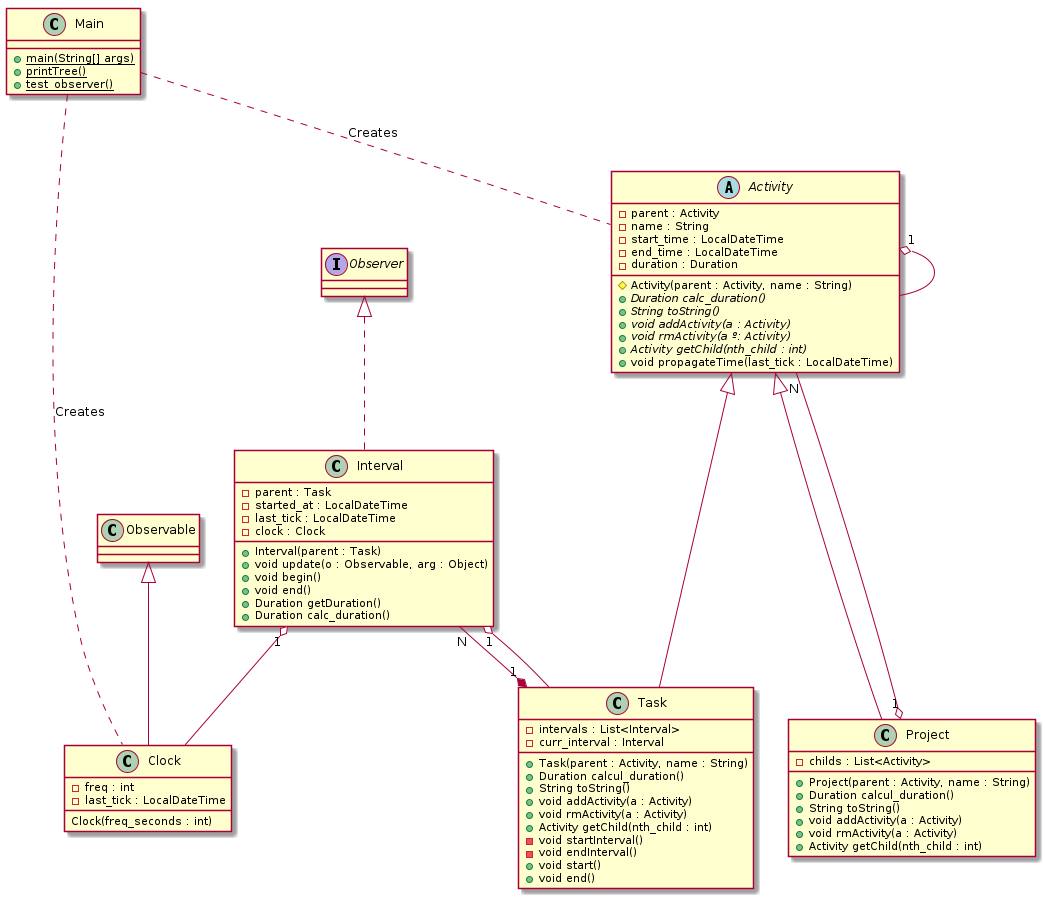
Earlier version of the PlantUML export diagrama_classes.png (Yahao277/TimeTracker). Source of this version:
```plantuml
@startuml

together {
    class Activity
    class Task
    class Project
}

together {
    class Task
    class Interval
}

Main .. Activity : "Creates"
Main .. Clock : "Creates"


Activity "1" o-- Activity
Project "1" o-- "N" Activity
Task "1" *-- "N" Interval

Interval "1" o-- Task
Interval "1" o-- Clock

class Main {

    {static} + main(String[] args)
    {static} + printTree()
    {static} + test_observer()

}

abstract class Activity {

    - parent : Activity
    - name : String
    - start_time : LocalDateTime
    - end_time : LocalDateTime
    - duration : Duration

    # Activity(parent : Activity, name : String)

    {abstract} + Duration calc_duration()
    {abstract} + String toString()
    {abstract} + void addActivity(a : Activity)
    {abstract} + void rmActivity(a º: Activity)
    {abstract} + Activity getChild(nth_child : int)

    + void propagateTime(last_tick : LocalDateTime)
}

class Project extends Activity {

    - childs : List<Activity>

    + Project(parent : Activity, name : String)

    + Duration calcul_duration()
    + String toString()

    + void addActivity(a : Activity)
    + void rmActivity(a : Activity)
    + Activity getChild(nth_child : int)
}

class Task extends Activity {

    - intervals : List<Interval>
    - curr_interval : Interval

    + Task(parent : Activity, name : String)

    + Duration calcul_duration()
    + String toString()

    + void addActivity(a : Activity)
    + void rmActivity(a : Activity)
    + Activity getChild(nth_child : int)

    - void startInterval()
    - void endInterval()
    + void start()
    + void end()
}

class Interval implements Observer {

    - parent : Task
    - started_at : LocalDateTime
    - last_tick : LocalDateTime
    - clock : Clock


    + Interval(parent : Task)

    + void update(o : Observable, arg : Object)

    + void begin()
    + void end()
    + Duration getDuration()
    +Duration calc_duration()
}

class Clock extends Observable {

    - freq : int
    - last_tick : LocalDateTime

    Clock(freq_seconds : int)
}

@enduml
```
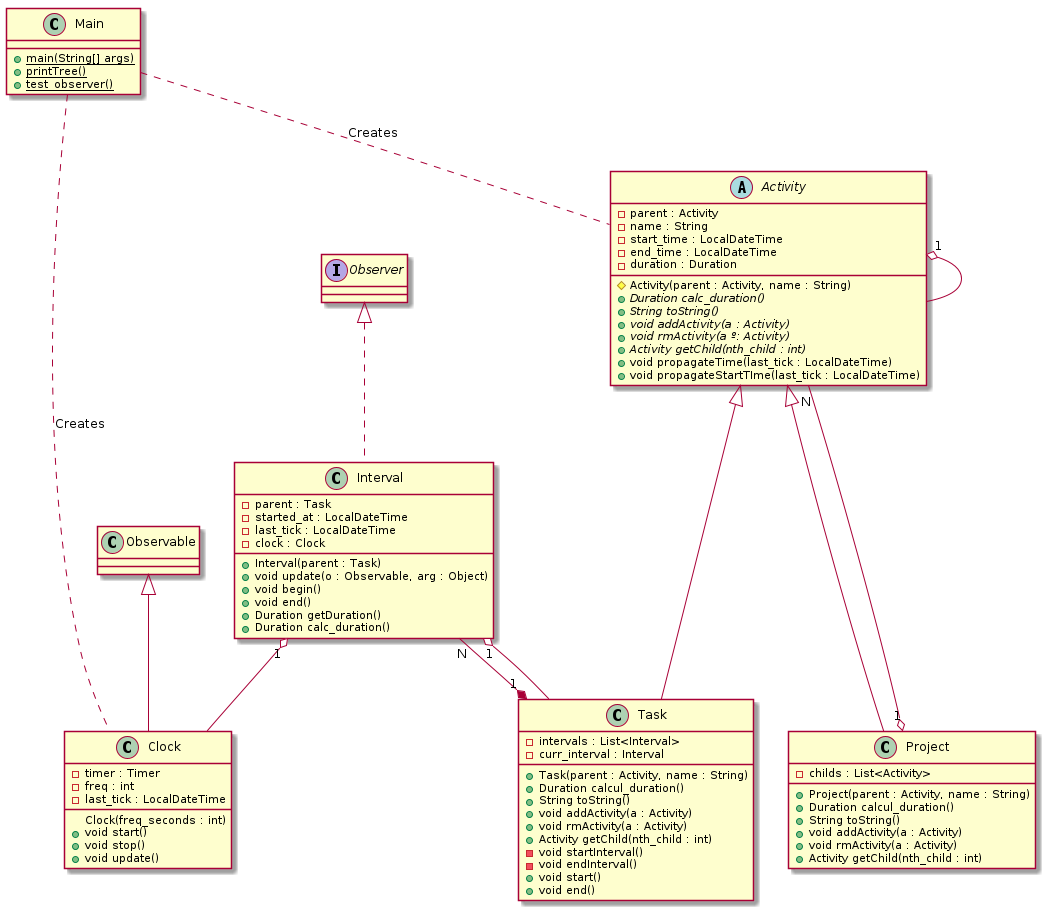
Above is the later version.

Commit message:
Update diagrama classes

What changed in the source:
```diff
@@ -47,6 +47,7 @@
     {abstract} + Activity getChild(nth_child : int)
 
     + void propagateTime(last_tick : LocalDateTime)
+    + void propagateStartTIme(last_tick : LocalDateTime)
 }
 
 class Project extends Activity {
@@ -103,10 +104,16 @@
 
 class Clock extends Observable {
 
+    - timer : Timer
     - freq : int
     - last_tick : LocalDateTime
 
     Clock(freq_seconds : int)
+
+    + void start()
+    + void stop()
+    + void update()
+
 }
 
 @enduml
```
